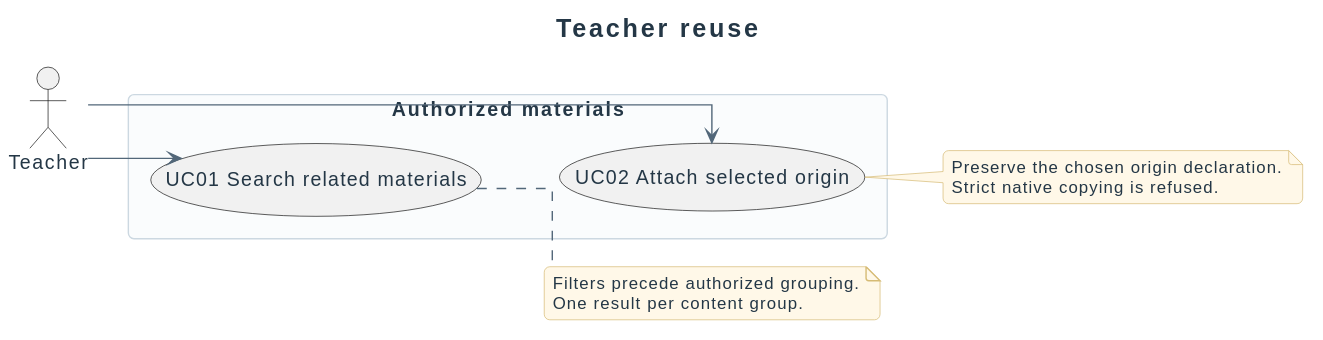
This is docs/diagrams/requirements/reuse-use-cases.svg from didactika/moodle-local_coursefiles, a PlantUML export, as it was before one commit.
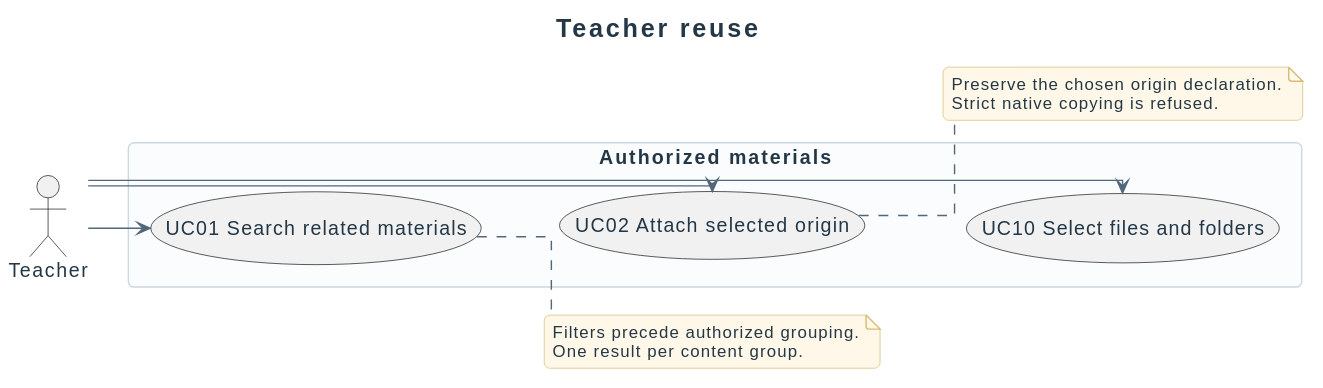
Above is the later version.

Change to the diagram source:
```diff
@@ -6,10 +6,13 @@
 rectangle "Authorized materials" {
   usecase "UC01 Search related materials" as Search
   usecase "UC02 Attach selected origin" as Attach
+  usecase "UC10 Select files and folders" as Batch
 }
 Teacher --> Search
 Teacher --> Attach
+Teacher --> Batch
 Search -[hidden]down-> Attach
+Attach -[hidden]down-> Batch
 note right of Search
 Filters precede authorized grouping.
 One result per content group.
```
